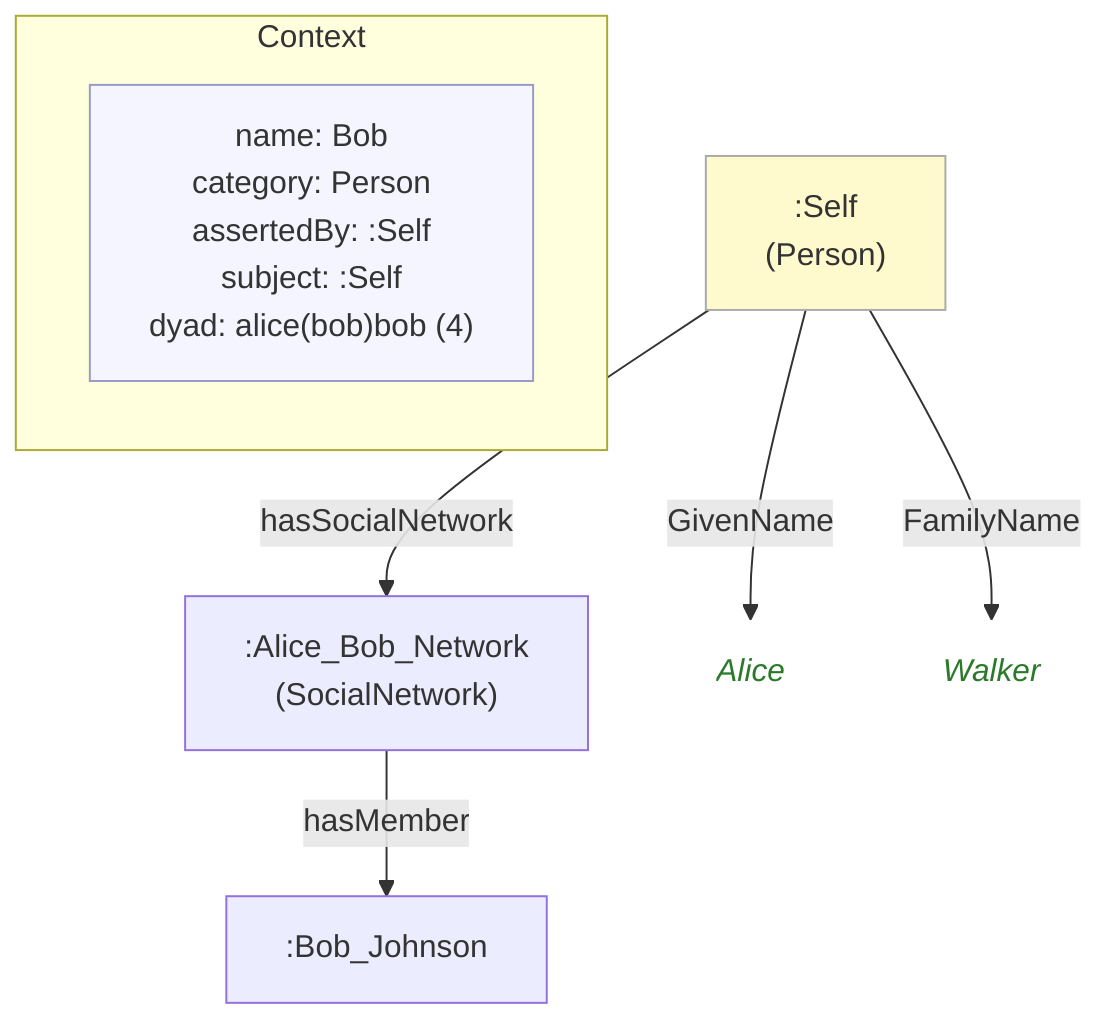
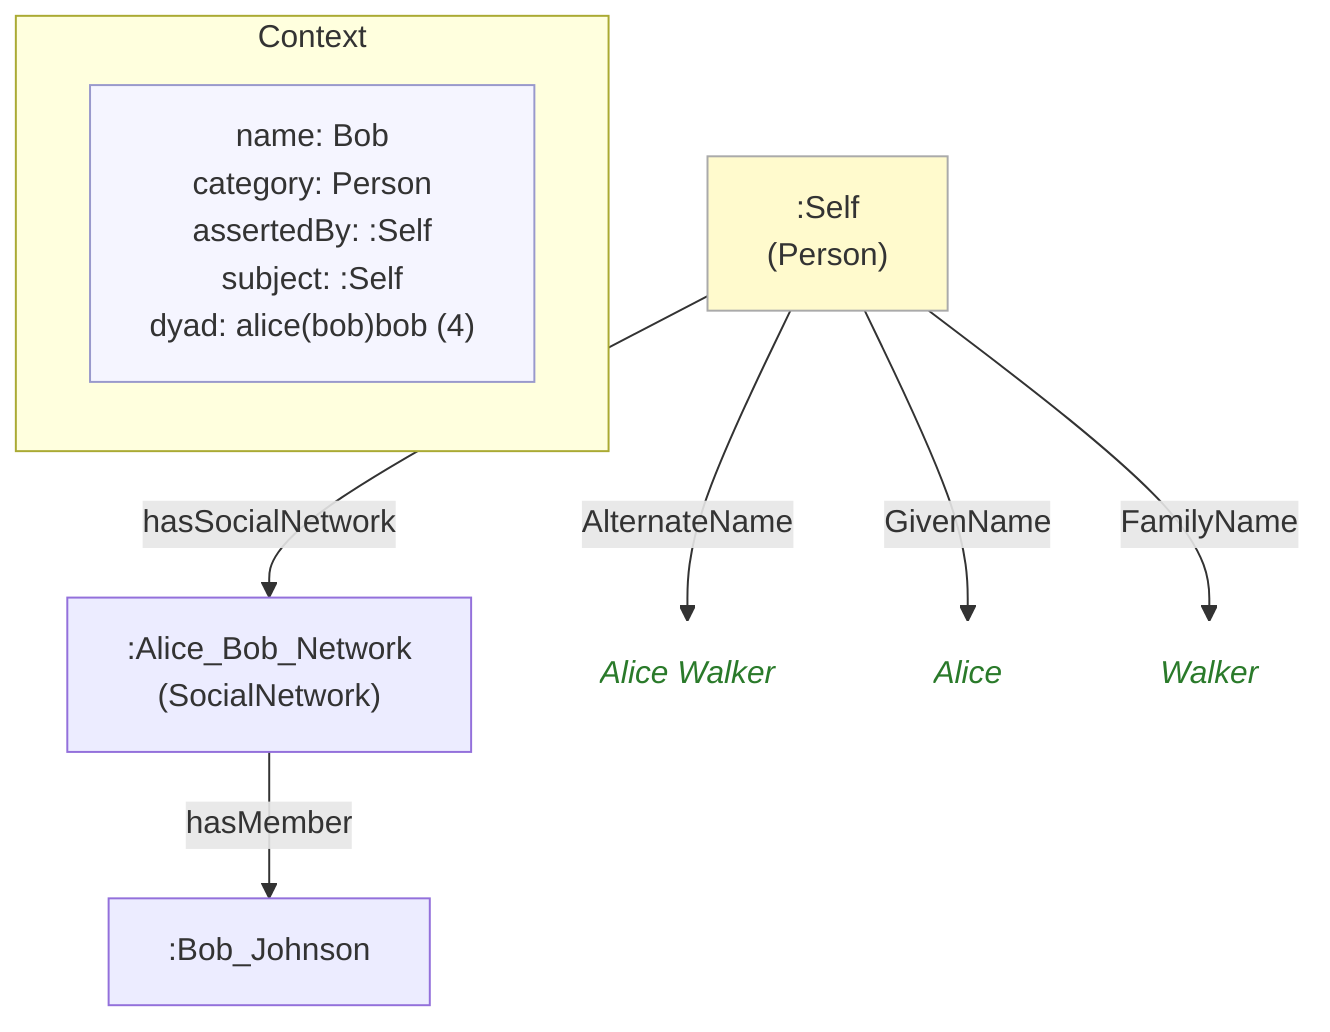
%% ContextCategory: context:Person
flowchart TD
    classDef person fill:#fffacd,stroke:#aaa,color:#333
    classDef grp    fill:#d4edda,stroke:#aaa,color:#333
    classDef org    fill:#cce5ff,stroke:#aaa,color:#333
    classDef lit    fill:none,stroke:none,font-style:italic,color:#2a7a2a
    classDef meta   fill:#f5f5ff,stroke:#9999cc,color:#333

    subgraph ctx["Context"]
        direction LR
        ctx_meta["name: Bob\ncategory: Person\nassertedBy: :Self\nsubject: :Self\ndyad: alice(bob)bob (4)"]:::meta
    end

    ne62a8f0f56d6[":Alice_Bob_Network\n(SocialNetwork)"]
    ncea94215aa38[":Bob_Johnson"]
    ne0c3ba92f1db[":Self\n(Person)"]:::person
-     n3943e4360588("Alice"):::lit
-     n157a40b8eb9b("Walker"):::lit
+     n7ab07168eaf3("Alice Walker"):::lit
+     n45a084642638("Alice"):::lit
+     n0e05bf4f3b70("Walker"):::lit

    ne62a8f0f56d6 -->|"hasMember"| ncea94215aa38
-     ne0c3ba92f1db -->|"GivenName"| n3943e4360588
-     ne0c3ba92f1db -->|"FamilyName"| n157a40b8eb9b
+     ne0c3ba92f1db -->|"AlternateName"| n7ab07168eaf3
+     ne0c3ba92f1db -->|"GivenName"| n45a084642638
+     ne0c3ba92f1db -->|"FamilyName"| n0e05bf4f3b70
    ne0c3ba92f1db -->|"hasSocialNetwork"| ne62a8f0f56d6
